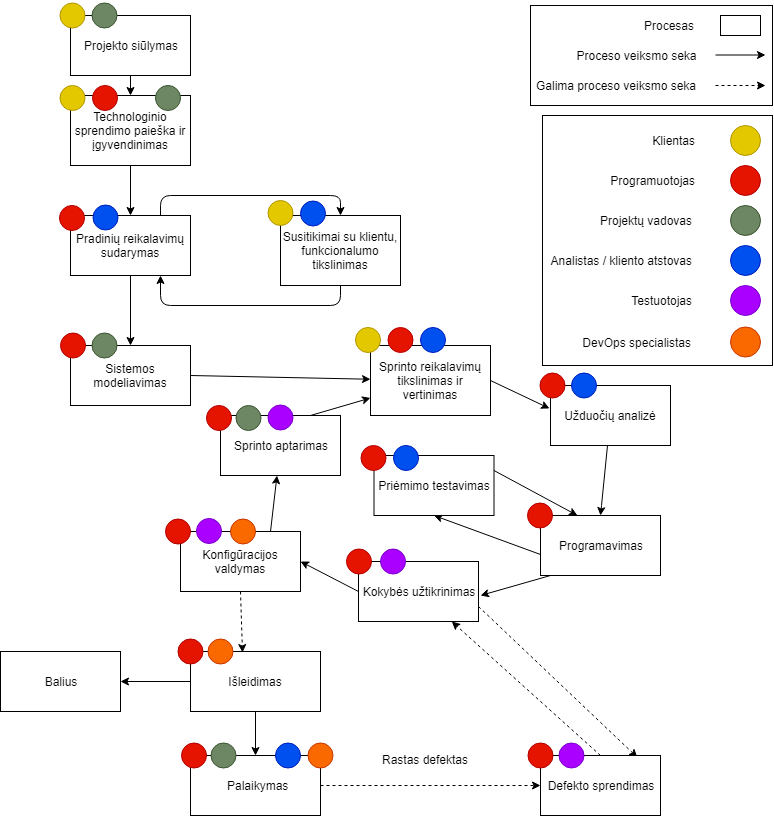
Earlier version of the draw.io export lab2/img/SoftwareProcessMoonTechnologies.png (DziugasMazulis/PKP). Source tidied: cells renumbered, new cells last; positions are measured from the earlier drawing's top-left corner, leaving out a move shared by most shapes.
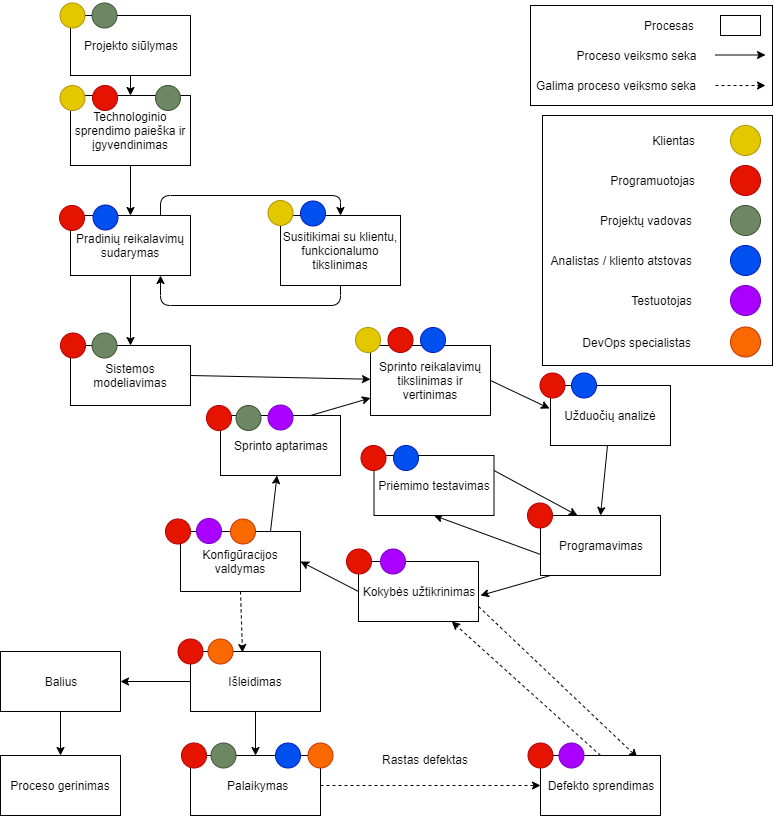
Above is the later version.

The edit, as a diff of the source:
```diff
@@ -96,6 +96,9 @@
     <mxCell id="26" value="&amp;nbsp;Palaikymas" style="rounded=0;whiteSpace=wrap;html=1;" parent="1" vertex="1">
       <mxGeometry x="190" y="755" width="130" height="60" as="geometry" />
     </mxCell>
+    <mxCell id="109" style="edgeStyle=orthogonalEdgeStyle;rounded=0;jettySize=auto;html=1;exitX=0.5;exitY=1;exitDx=0;exitDy=0;entryX=0.5;entryY=0;entryDx=0;entryDy=0;" parent="1" edge="1" source="27" target="110">
+      <mxGeometry relative="1" as="geometry" />
+    </mxCell>
     <mxCell id="27" value="Balius" style="rounded=0;whiteSpace=wrap;html=1;" parent="1" vertex="1">
       <mxGeometry y="651" width="120" height="60" as="geometry" />
     </mxCell>
@@ -348,5 +351,8 @@
     <mxCell id="108" value="&lt;span style=&quot;white-space: nowrap&quot;&gt;Galima proceso veiksmo seka&lt;/span&gt;" style="text;html=1;strokeColor=none;fillColor=none;align=center;verticalAlign=middle;whiteSpace=wrap;rounded=0;" parent="106" vertex="1">
       <mxGeometry width="170" height="20" as="geometry" />
     </mxCell>
+    <mxCell id="110" value="Proceso gerinimas" style="rounded=0;whiteSpace=wrap;html=1;" parent="1" vertex="1">
+      <mxGeometry y="755" width="120" height="60" as="geometry" />
+    </mxCell>
   </root>
 </mxGraphModel>
```
